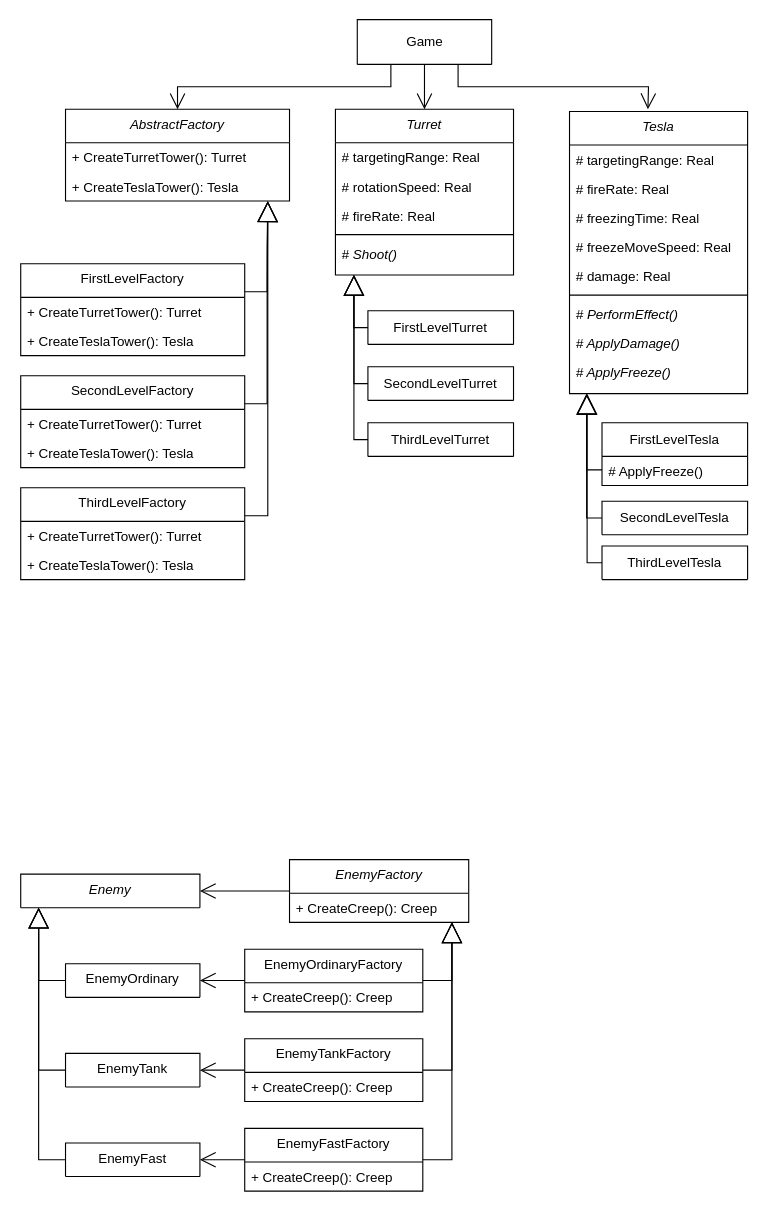
Before: page "Абстрактная фабрика (Башни)" (1 of 2) of lab01/ClassDiagram.drawio in seanslinder/OOAD-2, a draw.io diagram. Source tidied: cells renumbered, new cells numbered last; positions are measured from the earlier drawing's top-left corner, leaving out a move shared by most shapes. Both pictures are drawn from the tidied source at 112%, with x=0, y=0 at pixel (20, 19).
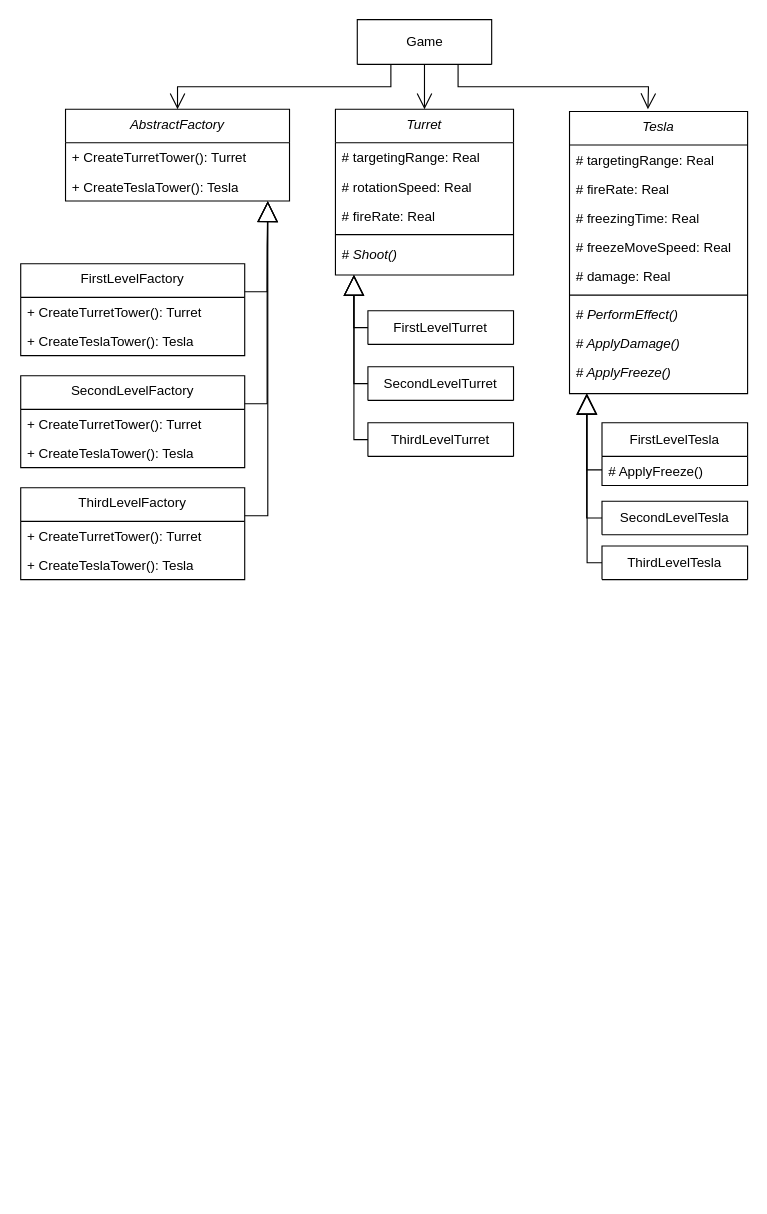
The same page after the edit.

Change to the diagram source:
```diff
@@
-    <mxCell id="29" value="&lt;i style=&quot;font-weight: 400;&quot;&gt;Enemy&lt;/i&gt;&lt;span style=&quot;font-weight: normal;&quot;&gt;&lt;i&gt;Factory&lt;/i&gt;&lt;/span&gt;" style="swimlane;fontStyle=1;align=center;verticalAlign=top;horizontal=1;startSize=30;whiteSpace=wrap;html=1;" parent="1" vertex="1">
-      <mxGeometry x="240" y="750" width="160" height="56" as="geometry" />
-    </mxCell>
-    <mxCell id="30" value="+ CreateCreep(): Creep" style="text;strokeColor=none;fillColor=none;align=left;verticalAlign=top;spacingLeft=4;spacingRight=4;overflow=hidden;whiteSpace=wrap;html=1;" parent="29" vertex="1">
-      <mxGeometry y="30" width="160" height="26" as="geometry" />
-    </mxCell>
-    <mxCell id="31" value="&lt;span style=&quot;font-weight: 400;&quot;&gt;EnemyOrdinary&lt;/span&gt;&lt;span style=&quot;font-weight: normal;&quot;&gt;Factory&lt;/span&gt;" style="swimlane;fontStyle=1;align=center;verticalAlign=top;horizontal=1;startSize=30;whiteSpace=wrap;html=1;" parent="1" vertex="1">
-      <mxGeometry x="200" y="830" width="159" height="56" as="geometry" />
-    </mxCell>
-    <mxCell id="32" value="+ CreateCreep(): Creep" style="text;strokeColor=none;fillColor=none;align=left;verticalAlign=top;spacingLeft=4;spacingRight=4;overflow=hidden;whiteSpace=wrap;html=1;" parent="31" vertex="1">
-      <mxGeometry y="30" width="159" height="26" as="geometry" />
-    </mxCell>
-    <mxCell id="33" value="&lt;span style=&quot;font-weight: 400;&quot;&gt;EnemyTank&lt;/span&gt;&lt;span style=&quot;font-weight: normal;&quot;&gt;Factory&lt;/span&gt;" style="swimlane;fontStyle=1;align=center;verticalAlign=top;horizontal=1;startSize=30;whiteSpace=wrap;html=1;" parent="1" vertex="1">
-      <mxGeometry x="200" y="910" width="159" height="56" as="geometry" />
-    </mxCell>
-    <mxCell id="34" value="+ CreateCreep(): Creep" style="text;strokeColor=none;fillColor=none;align=left;verticalAlign=top;spacingLeft=4;spacingRight=4;overflow=hidden;whiteSpace=wrap;html=1;" parent="33" vertex="1">
-      <mxGeometry y="30" width="159" height="26" as="geometry" />
-    </mxCell>
-    <mxCell id="35" value="&lt;span style=&quot;font-weight: 400;&quot;&gt;EnemyFast&lt;/span&gt;&lt;span style=&quot;font-weight: normal;&quot;&gt;Factory&lt;/span&gt;" style="swimlane;fontStyle=1;align=center;verticalAlign=top;horizontal=1;startSize=30;whiteSpace=wrap;html=1;" parent="1" vertex="1">
-      <mxGeometry x="200" y="990" width="159" height="56" as="geometry" />
-    </mxCell>
-    <mxCell id="36" value="+ CreateCreep(): Creep" style="text;strokeColor=none;fillColor=none;align=left;verticalAlign=top;spacingLeft=4;spacingRight=4;overflow=hidden;whiteSpace=wrap;html=1;" parent="35" vertex="1">
-      <mxGeometry y="30" width="159" height="26" as="geometry" />
-    </mxCell>
-    <mxCell id="37" style="endArrow=block;endSize=16;endFill=0;html=1;rounded=0;entryX=0.903;entryY=1.01;entryDx=0;entryDy=0;exitX=1;exitY=0.5;exitDx=0;exitDy=0;edgeStyle=orthogonalEdgeStyle;entryPerimeter=0;" parent="1" edge="1" source="31">
-      <mxGeometry relative="1" as="geometry">
-        <mxPoint x="385" y="806" as="targetPoint" />
-        <Array as="points">
-          <mxPoint x="385" y="858" />
-        </Array>
-      </mxGeometry>
-    </mxCell>
-    <mxCell id="38" style="endArrow=block;endSize=16;endFill=0;html=1;rounded=0;entryX=0.903;entryY=1.01;entryDx=0;entryDy=0;exitX=1;exitY=0.5;exitDx=0;exitDy=0;edgeStyle=orthogonalEdgeStyle;entryPerimeter=0;" parent="1" edge="1" source="33">
-      <mxGeometry relative="1" as="geometry">
-        <mxPoint x="385" y="806" as="targetPoint" />
-        <Array as="points">
-          <mxPoint x="385" y="938" />
-        </Array>
-      </mxGeometry>
-    </mxCell>
-    <mxCell id="39" style="endArrow=block;endSize=16;endFill=0;html=1;rounded=0;entryX=0.903;entryY=1.01;entryDx=0;entryDy=0;exitX=1;exitY=0.5;exitDx=0;exitDy=0;edgeStyle=orthogonalEdgeStyle;entryPerimeter=0;" parent="1" edge="1" source="35">
-      <mxGeometry relative="1" as="geometry">
-        <mxPoint x="385" y="806" as="targetPoint" />
-        <Array as="points">
-          <mxPoint x="385" y="1018" />
-        </Array>
-      </mxGeometry>
-    </mxCell>
-    <mxCell id="40" value="&lt;span style=&quot;font-weight: normal;&quot;&gt;&lt;i&gt;Enemy&lt;/i&gt;&lt;/span&gt;" style="swimlane;fontStyle=1;align=center;verticalAlign=top;horizontal=1;startSize=30;whiteSpace=wrap;html=1;" parent="1" vertex="1">
-      <mxGeometry y="763" width="160" height="30" as="geometry" />
-    </mxCell>
-    <mxCell id="41" value="&lt;span style=&quot;font-weight: normal;&quot;&gt;EnemyOrdinary&lt;/span&gt;" style="swimlane;fontStyle=1;align=center;verticalAlign=top;horizontal=1;startSize=30;whiteSpace=wrap;html=1;" parent="1" vertex="1">
-      <mxGeometry x="40" y="843" width="120" height="30" as="geometry" />
-    </mxCell>
-    <mxCell id="42" value="&lt;span style=&quot;font-weight: normal;&quot;&gt;EnemyTank&lt;/span&gt;" style="swimlane;fontStyle=1;align=center;verticalAlign=top;horizontal=1;startSize=30;whiteSpace=wrap;html=1;" parent="1" vertex="1">
-      <mxGeometry x="40" y="923" width="120" height="30" as="geometry" />
-    </mxCell>
-    <mxCell id="43" value="&lt;span style=&quot;font-weight: normal;&quot;&gt;EnemyFast&lt;/span&gt;" style="swimlane;fontStyle=1;align=center;verticalAlign=top;horizontal=1;startSize=30;whiteSpace=wrap;html=1;" parent="1" vertex="1">
-      <mxGeometry x="40" y="1003" width="120" height="30" as="geometry" />
-    </mxCell>
-    <mxCell id="44" style="endArrow=open;endFill=1;endSize=12;html=1;rounded=0;exitX=0;exitY=0.5;exitDx=0;exitDy=0;entryX=1;entryY=0.5;entryDx=0;entryDy=0;edgeStyle=orthogonalEdgeStyle;" parent="1" edge="1" source="29" target="40">
-      <mxGeometry relative="1" as="geometry" />
-    </mxCell>
-    <mxCell id="45" style="endArrow=block;endSize=16;endFill=0;html=1;rounded=0;entryX=0.903;entryY=1.01;entryDx=0;entryDy=0;exitX=0;exitY=0.5;exitDx=0;exitDy=0;edgeStyle=orthogonalEdgeStyle;entryPerimeter=0;" parent="1" edge="1" source="41">
-      <mxGeometry relative="1" as="geometry">
-        <mxPoint x="16" y="793" as="targetPoint" />
-        <Array as="points">
-          <mxPoint x="16" y="858" />
-        </Array>
-      </mxGeometry>
-    </mxCell>
-    <mxCell id="46" style="endArrow=block;endSize=16;endFill=0;html=1;rounded=0;entryX=0.903;entryY=1.01;entryDx=0;entryDy=0;exitX=0;exitY=0.5;exitDx=0;exitDy=0;edgeStyle=orthogonalEdgeStyle;entryPerimeter=0;" parent="1" edge="1" source="42">
-      <mxGeometry relative="1" as="geometry">
-        <mxPoint x="16" y="793" as="targetPoint" />
-        <Array as="points">
-          <mxPoint x="16" y="938" />
-        </Array>
-      </mxGeometry>
-    </mxCell>
-    <mxCell id="47" style="endArrow=block;endSize=16;endFill=0;html=1;rounded=0;entryX=0.903;entryY=1.01;entryDx=0;entryDy=0;exitX=0;exitY=0.5;exitDx=0;exitDy=0;edgeStyle=orthogonalEdgeStyle;entryPerimeter=0;" parent="1" edge="1" source="43">
-      <mxGeometry relative="1" as="geometry">
-        <mxPoint x="16" y="793" as="targetPoint" />
-        <Array as="points">
-          <mxPoint x="16" y="1018" />
-        </Array>
-      </mxGeometry>
-    </mxCell>
-    <mxCell id="48" style="endArrow=open;endFill=1;endSize=12;html=1;rounded=0;exitX=0;exitY=0.5;exitDx=0;exitDy=0;entryX=1;entryY=0.5;entryDx=0;entryDy=0;edgeStyle=orthogonalEdgeStyle;" parent="1" edge="1" source="31" target="41">
-      <mxGeometry relative="1" as="geometry" />
-    </mxCell>
-    <mxCell id="49" style="endArrow=open;endFill=1;endSize=12;html=1;rounded=0;entryX=1;entryY=0.5;entryDx=0;entryDy=0;edgeStyle=orthogonalEdgeStyle;exitX=0;exitY=0.5;exitDx=0;exitDy=0;" parent="1" edge="1" source="33" target="42">
-      <mxGeometry relative="1" as="geometry" />
-    </mxCell>
-    <mxCell id="50" style="endArrow=open;endFill=1;endSize=12;html=1;rounded=0;entryX=1;entryY=0.5;entryDx=0;entryDy=0;edgeStyle=orthogonalEdgeStyle;exitX=0;exitY=0.5;exitDx=0;exitDy=0;" parent="1" edge="1" source="35" target="43">
-      <mxGeometry relative="1" as="geometry" />
-    </mxCell>
```
